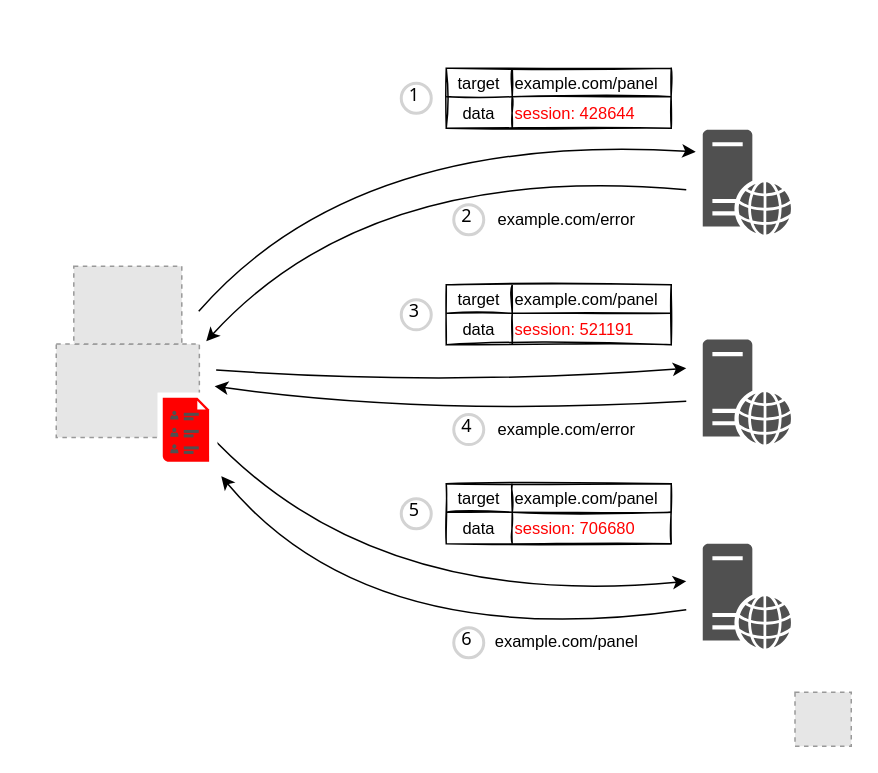
This is session-replay.drawio from qeeqbox/session-replay, a draw.io file, before an edit. Source tidied: cells renumbered, new cells numbered last; positions are measured from the earlier drawing's top-left corner, leaving out a move shared by most shapes. Both pictures are drawn from the tidied source at 150%, with x=0, y=0 at pixel (26, 26). Pictures stored in the file or linked from it are replaced by grey dashed boxes.
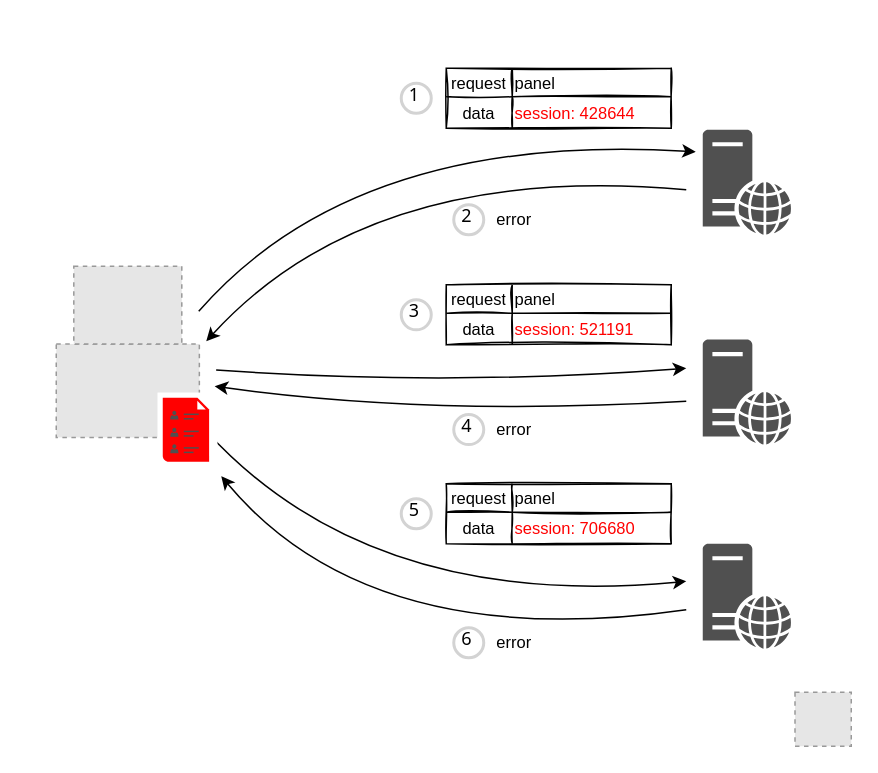
After the change.

The change refers to these unchanged cells:
```xml
<mxCell id="17" style="shape=tableRow;horizontal=0;startSize=0;swimlaneHead=0;swimlaneBody=0;top=0;left=0;bottom=0;right=0;fillColor=none;" parent="16" vertex="1">
  <mxGeometry width="150" height="19" as="geometry" />
</mxCell>
<mxCell id="24" style="shape=tableRow;horizontal=0;startSize=0;swimlaneHead=0;swimlaneBody=0;top=0;left=0;bottom=0;right=0;fillColor=none;" parent="23" vertex="1">
  <mxGeometry width="150" height="19" as="geometry" />
</mxCell>
<mxCell id="31" style="shape=tableRow;horizontal=0;startSize=0;swimlaneHead=0;swimlaneBody=0;top=0;left=0;bottom=0;right=0;fillColor=none;" parent="30" vertex="1">
  <mxGeometry width="150" height="19" as="geometry" />
</mxCell>
<mxCell id="46" style="group;" parent="1" vertex="1">
  <mxGeometry x="87.5" y="244.2" width="40" height="50" as="geometry" />
</mxCell>
```

Change to the diagram source:
```diff
@@
-    <mxCell id="15" value="&lt;span style=&quot;font-size: 11px&quot;&gt;example&lt;/span&gt;&lt;span style=&quot;font-size: 11px&quot;&gt;.com/error&lt;/span&gt;" style="text;html=1;align=center;verticalAlign=middle;strokeColor=none;fillColor=none;" parent="1" vertex="1">
-      <mxGeometry x="305" y="258.9" width="110" height="20" as="geometry" />
+    <mxCell id="15" value="&lt;span style=&quot;font-size: 11px&quot;&gt;error&lt;/span&gt;" style="text;html=1;align=center;verticalAlign=middle;strokeColor=none;fillColor=none;" parent="1" vertex="1">
+      <mxGeometry x="305" y="258.9" width="40" height="20" as="geometry" />
     </mxCell>
@@
-    <mxCell id="18" value="&lt;font style=&quot;font-size: 11px&quot;&gt;target&lt;/font&gt;" style="shape=partialRectangle;html=1;whiteSpace=wrap;fillColor=none;top=0;left=0;bottom=0;right=0;overflow=hidden;" parent="17" vertex="1">
+    <mxCell id="18" value="&lt;font style=&quot;font-size: 11px&quot;&gt;request&lt;/font&gt;" style="shape=partialRectangle;html=1;whiteSpace=wrap;fillColor=none;top=0;left=0;bottom=0;right=0;overflow=hidden;" parent="17" vertex="1">
       <mxGeometry width="44" height="19" as="geometry" />
     </mxCell>
-    <mxCell id="19" value="&lt;span style=&quot;text-align: center&quot;&gt;&lt;font style=&quot;font-size: 11px&quot;&gt;example.com/panel&lt;/font&gt;&lt;/span&gt;" style="shape=partialRectangle;html=1;whiteSpace=wrap;fillColor=none;top=0;left=0;bottom=0;right=0;overflow=hidden;align=left;" parent="17" vertex="1">
+    <mxCell id="19" value="&lt;span style=&quot;text-align: center&quot;&gt;&lt;font style=&quot;font-size: 11px&quot;&gt;panel&lt;/font&gt;&lt;/span&gt;" style="shape=partialRectangle;html=1;whiteSpace=wrap;fillColor=none;top=0;left=0;bottom=0;right=0;overflow=hidden;align=left;" parent="17" vertex="1">
       <mxGeometry x="44" width="106" height="19" as="geometry" />
     </mxCell>
@@
-    <mxCell id="25" value="&lt;font style=&quot;font-size: 11px&quot;&gt;target&lt;/font&gt;" style="shape=partialRectangle;html=1;whiteSpace=wrap;fillColor=none;top=0;left=0;bottom=0;right=0;overflow=hidden;" parent="24" vertex="1">
+    <mxCell id="25" value="&lt;font style=&quot;font-size: 11px&quot;&gt;request&lt;/font&gt;" style="shape=partialRectangle;html=1;whiteSpace=wrap;fillColor=none;top=0;left=0;bottom=0;right=0;overflow=hidden;" parent="24" vertex="1">
       <mxGeometry width="44" height="19" as="geometry" />
     </mxCell>
-    <mxCell id="26" value="&lt;span style=&quot;text-align: center&quot;&gt;&lt;font style=&quot;font-size: 11px&quot;&gt;example.com/panel&lt;/font&gt;&lt;/span&gt;" style="shape=partialRectangle;html=1;whiteSpace=wrap;fillColor=none;top=0;left=0;bottom=0;right=0;overflow=hidden;align=left;" parent="24" vertex="1">
+    <mxCell id="26" value="&lt;span style=&quot;text-align: center&quot;&gt;&lt;font style=&quot;font-size: 11px&quot;&gt;panel&lt;/font&gt;&lt;/span&gt;" style="shape=partialRectangle;html=1;whiteSpace=wrap;fillColor=none;top=0;left=0;bottom=0;right=0;overflow=hidden;align=left;" parent="24" vertex="1">
       <mxGeometry x="44" width="106" height="19" as="geometry" />
     </mxCell>
@@
-    <mxCell id="32" value="&lt;font style=&quot;font-size: 11px&quot;&gt;target&lt;/font&gt;" style="shape=partialRectangle;html=1;whiteSpace=wrap;fillColor=none;top=0;left=0;bottom=0;right=0;overflow=hidden;" parent="31" vertex="1">
+    <mxCell id="32" value="&lt;font style=&quot;font-size: 11px&quot;&gt;request&lt;/font&gt;" style="shape=partialRectangle;html=1;whiteSpace=wrap;fillColor=none;top=0;left=0;bottom=0;right=0;overflow=hidden;" parent="31" vertex="1">
       <mxGeometry width="44" height="19" as="geometry" />
     </mxCell>
-    <mxCell id="33" value="&lt;span style=&quot;text-align: center&quot;&gt;&lt;font style=&quot;font-size: 11px&quot;&gt;example.com/panel&lt;/font&gt;&lt;/span&gt;" style="shape=partialRectangle;html=1;whiteSpace=wrap;fillColor=none;top=0;left=0;bottom=0;right=0;overflow=hidden;align=left;" parent="31" vertex="1">
+    <mxCell id="33" value="&lt;span style=&quot;text-align: center&quot;&gt;&lt;font style=&quot;font-size: 11px&quot;&gt;panel&lt;/font&gt;&lt;/span&gt;" style="shape=partialRectangle;html=1;whiteSpace=wrap;fillColor=none;top=0;left=0;bottom=0;right=0;overflow=hidden;align=left;" parent="31" vertex="1">
       <mxGeometry x="44" width="106" height="19" as="geometry" />
     </mxCell>
@@
-    <mxCell id="37" value="&lt;span style=&quot;font-size: 11px&quot;&gt;example&lt;/span&gt;&lt;span style=&quot;font-size: 11px&quot;&gt;.com/error&lt;/span&gt;" style="text;html=1;align=center;verticalAlign=middle;strokeColor=none;fillColor=none;" parent="1" vertex="1">
-      <mxGeometry x="305" y="119" width="110" height="20" as="geometry" />
+    <mxCell id="37" value="&lt;span style=&quot;font-size: 11px&quot;&gt;error&lt;/span&gt;" style="text;html=1;align=center;verticalAlign=middle;strokeColor=none;fillColor=none;" parent="1" vertex="1">
+      <mxGeometry x="305" y="119" width="40" height="20" as="geometry" />
     </mxCell>
@@
-    <mxCell id="44" value="&lt;span style=&quot;font-size: 11px&quot;&gt;example&lt;/span&gt;&lt;span style=&quot;font-size: 11px&quot;&gt;.com/panel&lt;/span&gt;" style="text;html=1;align=center;verticalAlign=middle;strokeColor=none;fillColor=none;" parent="1" vertex="1">
-      <mxGeometry x="305" y="400" width="110" height="20" as="geometry" />
+    <mxCell id="44" value="&lt;span style=&quot;font-size: 11px&quot;&gt;error&lt;/span&gt;" style="text;html=1;align=center;verticalAlign=middle;strokeColor=none;fillColor=none;" parent="1" vertex="1">
+      <mxGeometry x="305" y="401" width="40" height="20" as="geometry" />
     </mxCell>
@@
-    <mxCell id="49" style="sketch=0;shadow=0;dashed=0;html=1;strokeColor=none;fillColor=#505050;labelPosition=center;verticalLabelPosition=bottom;verticalAlign=top;align=center;shape=mxgraph.office.users.user;" parent="46" vertex="1">
+    <mxCell id="49" style="sketch=0;shadow=0;dashed=0;html=1;strokeColor=none;fillColor=#505050;labelPosition=center;verticalLabelPosition=bottom;verticalAlign=top;align=center;shape=mxgraph.office.users.user;strokeWidth=1;" parent="46" vertex="1">
       <mxGeometry x="8.5" y="12.1" width="5.5" height="5.9" as="geometry" />
     </mxCell>
-    <mxCell id="50" style="endArrow=none;html=1;rounded=0;fontSize=8;strokeWidth=2;strokeColor=#505050;" parent="46" edge="1">
+    <mxCell id="50" style="endArrow=none;html=1;rounded=0;fontSize=8;strokeWidth=1;strokeColor=#505050;" parent="46" edge="1">
       <mxGeometry relative="1" as="geometry">
         <mxPoint x="17.5" y="14.5" as="sourcePoint" />
         <mxPoint x="27.5" y="14.5" as="targetPoint" />
       </mxGeometry>
     </mxCell>
-    <mxCell id="51" style="endArrow=none;html=1;rounded=0;fontSize=8;strokeWidth=2;strokeColor=#505050;" parent="46" edge="1">
+    <mxCell id="51" style="endArrow=none;html=1;rounded=0;fontSize=8;strokeWidth=1;strokeColor=#505050;" parent="46" edge="1">
       <mxGeometry relative="1" as="geometry">
         <mxPoint x="17.5" y="17.5" as="sourcePoint" />
         <mxPoint x="24" y="17.5" as="targetPoint" />
       </mxGeometry>
     </mxCell>
-    <mxCell id="52" style="sketch=0;shadow=0;dashed=0;html=1;strokeColor=none;fillColor=#505050;labelPosition=center;verticalLabelPosition=bottom;verticalAlign=top;align=center;shape=mxgraph.office.users.user;" parent="46" vertex="1">
+    <mxCell id="52" style="sketch=0;shadow=0;dashed=0;html=1;strokeColor=none;fillColor=#505050;labelPosition=center;verticalLabelPosition=bottom;verticalAlign=top;align=center;shape=mxgraph.office.users.user;strokeWidth=1;" parent="46" vertex="1">
       <mxGeometry x="8.5" y="23.5" width="5.5" height="5.9" as="geometry" />
     </mxCell>
-    <mxCell id="53" style="endArrow=none;html=1;rounded=0;fontSize=8;strokeWidth=2;strokeColor=#505050;" parent="46" edge="1">
+    <mxCell id="53" style="endArrow=none;html=1;rounded=0;fontSize=8;strokeWidth=1;strokeColor=#505050;" parent="46" edge="1">
       <mxGeometry relative="1" as="geometry">
         <mxPoint x="17.5" y="25.9" as="sourcePoint" />
         <mxPoint x="27.5" y="25.9" as="targetPoint" />
       </mxGeometry>
     </mxCell>
-    <mxCell id="54" style="endArrow=none;html=1;rounded=0;fontSize=8;strokeWidth=2;strokeColor=#505050;" parent="46" edge="1">
+    <mxCell id="54" style="endArrow=none;html=1;rounded=0;fontSize=8;strokeWidth=1;strokeColor=#505050;" parent="46" edge="1">
       <mxGeometry relative="1" as="geometry">
         <mxPoint x="17.5" y="28.9" as="sourcePoint" />
         <mxPoint x="24" y="28.9" as="targetPoint" />
       </mxGeometry>
     </mxCell>
-    <mxCell id="55" style="sketch=0;shadow=0;dashed=0;html=1;strokeColor=none;fillColor=#505050;labelPosition=center;verticalLabelPosition=bottom;verticalAlign=top;align=center;shape=mxgraph.office.users.user;" parent="46" vertex="1">
+    <mxCell id="55" style="sketch=0;shadow=0;dashed=0;html=1;strokeColor=none;fillColor=#505050;labelPosition=center;verticalLabelPosition=bottom;verticalAlign=top;align=center;shape=mxgraph.office.users.user;strokeWidth=1;" parent="46" vertex="1">
       <mxGeometry x="8.5" y="34.5" width="5.5" height="5.9" as="geometry" />
     </mxCell>
-    <mxCell id="56" style="endArrow=none;html=1;rounded=0;fontSize=8;strokeWidth=2;strokeColor=#505050;" parent="46" edge="1">
+    <mxCell id="56" style="endArrow=none;html=1;rounded=0;fontSize=8;strokeWidth=1;strokeColor=#505050;" parent="46" edge="1">
       <mxGeometry relative="1" as="geometry">
         <mxPoint x="17.5" y="36.9" as="sourcePoint" />
         <mxPoint x="27.5" y="36.9" as="targetPoint" />
       </mxGeometry>
     </mxCell>
-    <mxCell id="57" style="endArrow=none;html=1;rounded=0;fontSize=8;strokeWidth=2;strokeColor=#505050;" parent="46" edge="1">
+    <mxCell id="57" style="endArrow=none;html=1;rounded=0;fontSize=8;strokeWidth=1;strokeColor=#505050;" parent="46" edge="1">
       <mxGeometry relative="1" as="geometry">
         <mxPoint x="17.5" y="39.9" as="sourcePoint" />
         <mxPoint x="24" y="39.9" as="targetPoint" />
       </mxGeometry>
     </mxCell>
```
